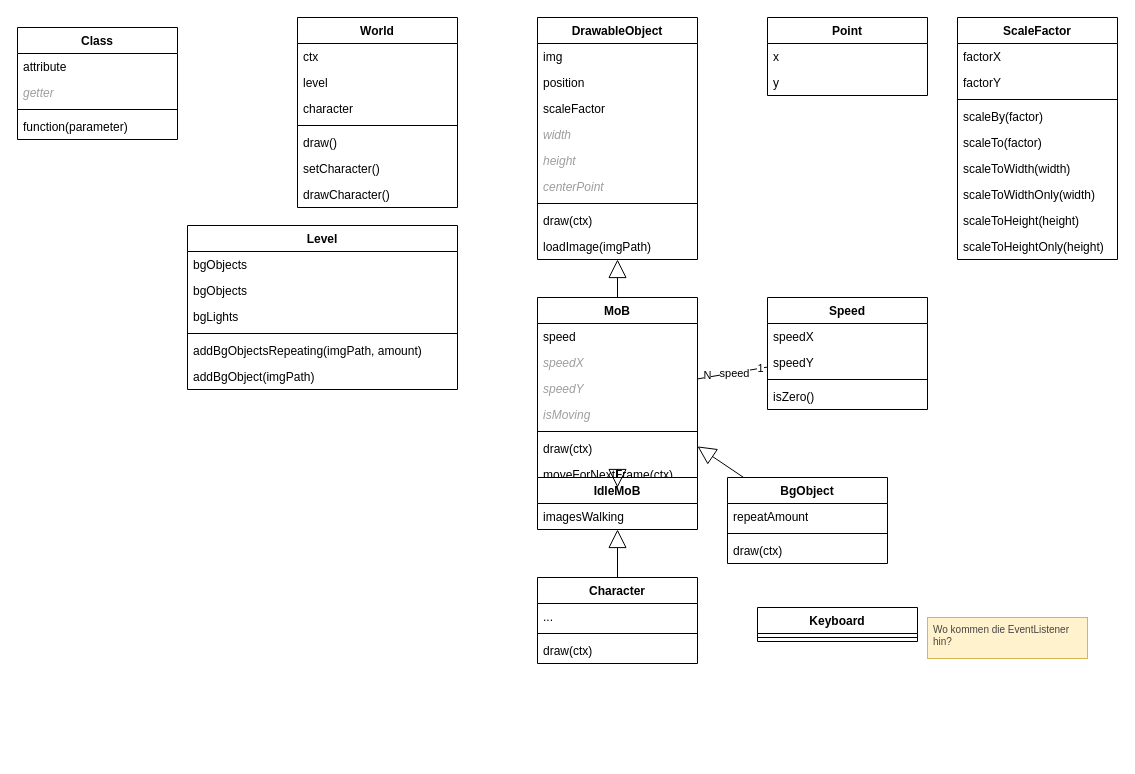
Above: uml/Sharky-ClassDiagram.drawio in ReinhardWansch/Sharky-DeveloperAkademie (draw.io), before the change. Source tidied: cells renumbered, new cells numbered last; positions are measured from the earlier drawing's top-left corner, leaving out a move shared by most shapes. Both pictures are drawn from the tidied source at 100%, with x=0, y=0 at pixel (17, 17).
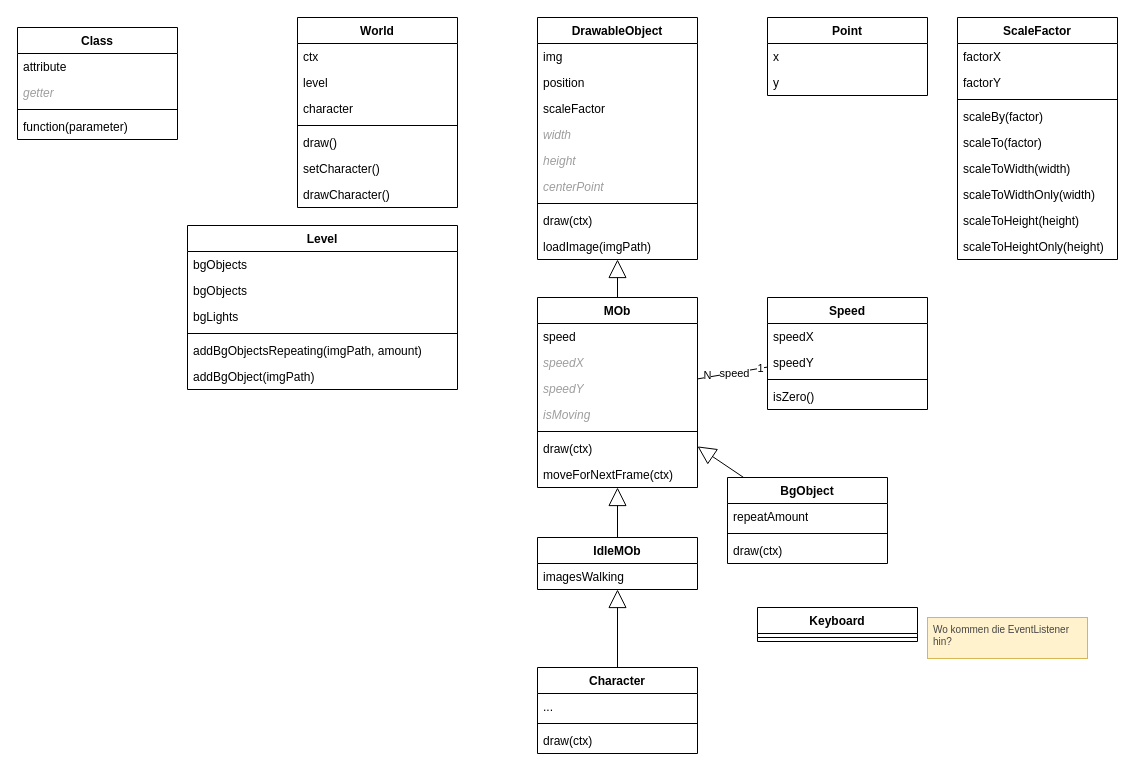
The same page after the edit.

The edit, as a diff of the source:
```diff
@@
-    <mxCell id="2" value="MoB" style="swimlane;fontStyle=1;align=center;verticalAlign=top;horizontal=1;startSize=26;whiteSpace=wrap;html=1;" parent="1" vertex="1">
+    <mxCell id="2" value="MOb" style="swimlane;fontStyle=1;align=center;verticalAlign=top;horizontal=1;startSize=26;whiteSpace=wrap;html=1;" parent="1" vertex="1">
       <mxGeometry x="520" y="280" width="160" height="190" as="geometry" />
     </mxCell>
@@
-    <mxCell id="21" value="IdleMoB" style="swimlane;fontStyle=1;align=center;verticalAlign=top;horizontal=1;startSize=26;whiteSpace=wrap;html=1;" parent="1" vertex="1">
-      <mxGeometry x="520" y="460" width="160" height="52" as="geometry" />
+    <mxCell id="21" value="IdleMOb" style="swimlane;fontStyle=1;align=center;verticalAlign=top;horizontal=1;startSize=26;whiteSpace=wrap;html=1;" parent="1" vertex="1">
+      <mxGeometry x="520" y="520" width="160" height="52" as="geometry" />
     </mxCell>
@@
     <mxCell id="39" value="Character" style="swimlane;fontStyle=1;align=center;verticalAlign=top;horizontal=1;startSize=26;whiteSpace=wrap;html=1;" parent="1" vertex="1">
-      <mxGeometry x="520" y="560" width="160" height="86" as="geometry" />
+      <mxGeometry x="520" y="650" width="160" height="86" as="geometry" />
     </mxCell>
```
